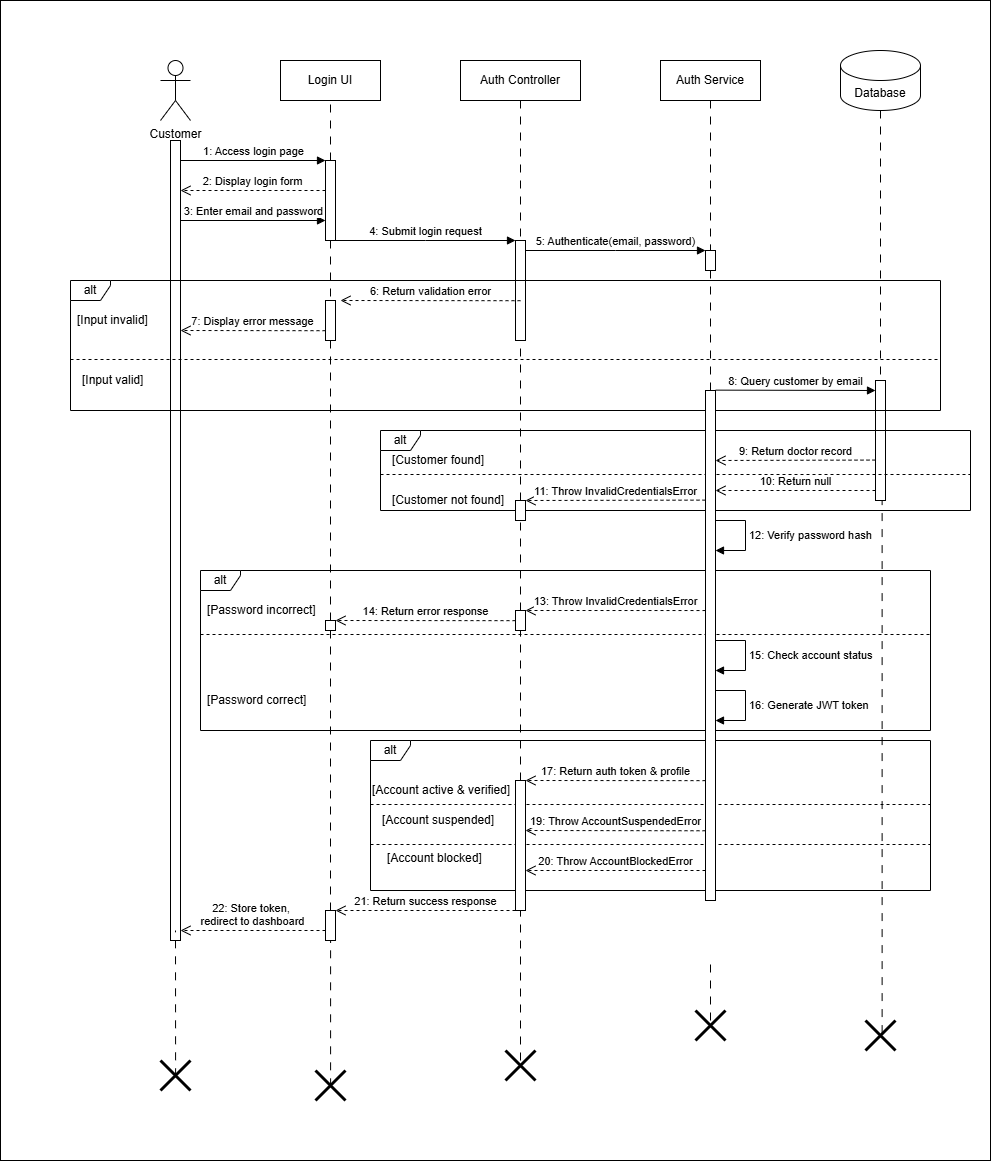
Above: InProgress/Sequence Diagram/Salesperson/login/login-Diagram.png in shah541-g/Fyp-Diagrams (draw.io), before the change. Source tidied: cells renumbered, new cells last; positions are measured from the earlier drawing's top-left corner, leaving out a move shared by most shapes.
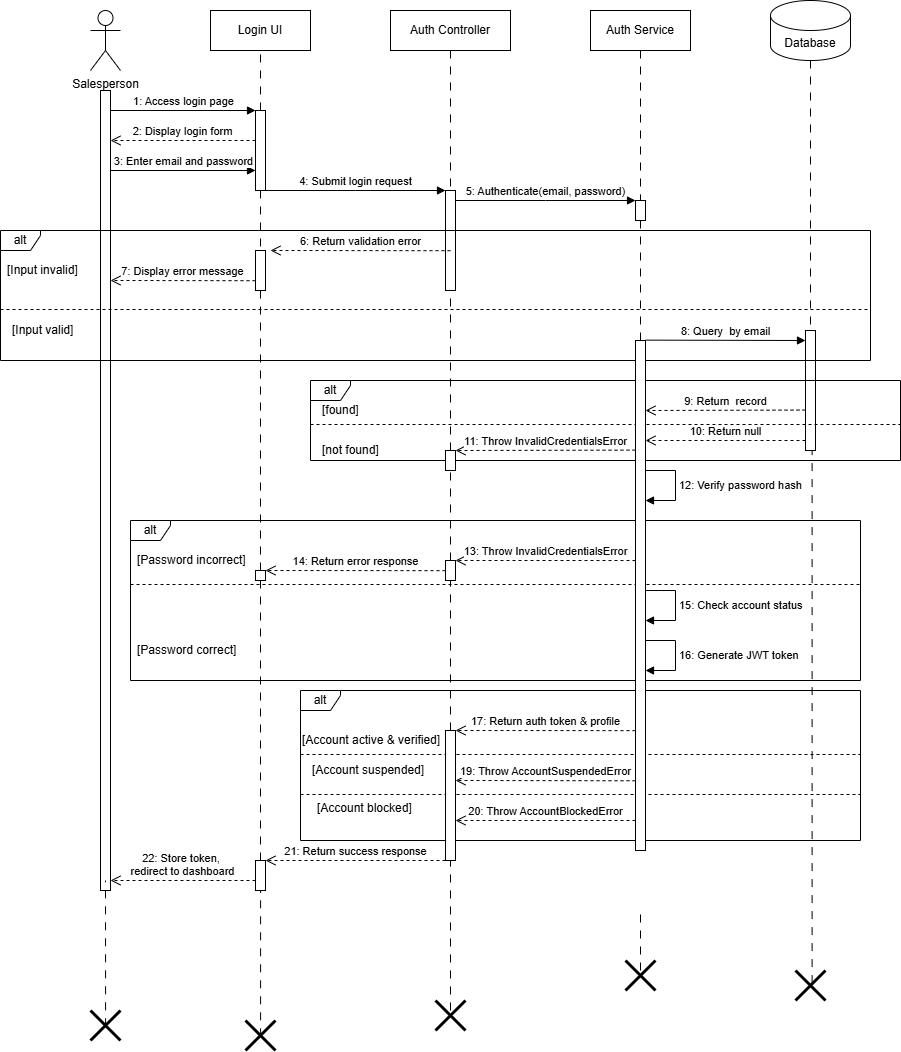
Above is the later version.

Diff of the diagram source:
```diff
@@ -2,10 +2,7 @@
   <root>
     <mxCell id="0" />
     <mxCell id="1" parent="0" />
-    <mxCell id="2" style="rounded=0;whiteSpace=wrap;html=1;" parent="1" vertex="1">
-      <mxGeometry width="990" height="1160" as="geometry" />
-    </mxCell>
-    <mxCell id="3" value="Customer" style="shape=umlActor;verticalLabelPosition=bottom;verticalAlign=top;html=1;" parent="1" vertex="1">
+    <mxCell id="3" value="Salesperson" style="shape=umlActor;verticalLabelPosition=bottom;verticalAlign=top;html=1;" parent="1" vertex="1">
       <mxGeometry x="160" y="60" width="30" height="60" as="geometry" />
     </mxCell>
     <mxCell id="4" value="Login UI" style="rounded=0;whiteSpace=wrap;html=1;" parent="1" vertex="1">
@@ -104,7 +101,7 @@
         <mxPoint x="180" y="330.2" as="targetPoint" />
       </mxGeometry>
     </mxCell>
-    <mxCell id="27" value="8: Query customer by email" style="html=1;verticalAlign=bottom;endArrow=block;edgeStyle=elbowEdgeStyle;elbow=vertical;curved=0;rounded=0;" parent="1" edge="1">
+    <mxCell id="27" value="8: Query&amp;nbsp; by email" style="html=1;verticalAlign=bottom;endArrow=block;edgeStyle=elbowEdgeStyle;elbow=vertical;curved=0;rounded=0;" parent="1" edge="1">
       <mxGeometry relative="1" as="geometry">
         <mxPoint x="715" y="389.6" as="sourcePoint" />
         <mxPoint x="875" y="389.6" as="targetPoint" />
@@ -113,10 +110,10 @@
     <mxCell id="28" value="alt" style="shape=umlFrame;whiteSpace=wrap;html=1;width=40;height=20;" parent="1" vertex="1">
       <mxGeometry x="380" y="430" width="590" height="80" as="geometry" />
     </mxCell>
-    <mxCell id="29" value="[Customer found]" style="text;html=1;align=left;verticalAlign=middle;strokeColor=none;fillColor=none;" parent="1" vertex="1">
-      <mxGeometry x="390" y="445" width="120" height="30" as="geometry" />
+    <mxCell id="29" value="[found]" style="text;html=1;align=left;verticalAlign=middle;strokeColor=none;fillColor=none;" parent="1" vertex="1">
+      <mxGeometry x="390" y="445" width="60" height="30" as="geometry" />
     </mxCell>
-    <mxCell id="30" value="9: Return doctor record" style="html=1;verticalAlign=bottom;endArrow=open;dashed=1;endSize=8;edgeStyle=elbowEdgeStyle;elbow=vertical;curved=0;rounded=0;" parent="1" edge="1">
+    <mxCell id="30" value="9: Return&amp;nbsp; record" style="html=1;verticalAlign=bottom;endArrow=open;dashed=1;endSize=8;edgeStyle=elbowEdgeStyle;elbow=vertical;curved=0;rounded=0;" parent="1" edge="1">
       <mxGeometry relative="1" as="geometry">
         <mxPoint x="875" y="459.6" as="sourcePoint" />
         <mxPoint x="715" y="459.6" as="targetPoint" />
@@ -125,8 +122,8 @@
     <mxCell id="31" style="line;strokeWidth=1;fillColor=none;align=left;verticalAlign=middle;spacingTop=-1;spacingLeft=3;spacingRight=3;labelPosition=right;strokeColor=inherit;dashed=1;" parent="1" vertex="1">
       <mxGeometry x="380" y="470" width="590" height="8" as="geometry" />
     </mxCell>
-    <mxCell id="32" value="[Customer not found]" style="text;html=1;align=left;verticalAlign=middle;strokeColor=none;fillColor=none;" parent="1" vertex="1">
-      <mxGeometry x="390" y="485" width="140" height="30" as="geometry" />
+    <mxCell id="32" value="[not found]" style="text;html=1;align=left;verticalAlign=middle;strokeColor=none;fillColor=none;" parent="1" vertex="1">
+      <mxGeometry x="390" y="485" width="80" height="30" as="geometry" />
     </mxCell>
     <mxCell id="33" value="10: Return null" style="html=1;verticalAlign=bottom;endArrow=open;dashed=1;endSize=8;edgeStyle=elbowEdgeStyle;elbow=vertical;curved=0;rounded=0;" parent="1" edge="1">
       <mxGeometry relative="1" as="geometry">
```
